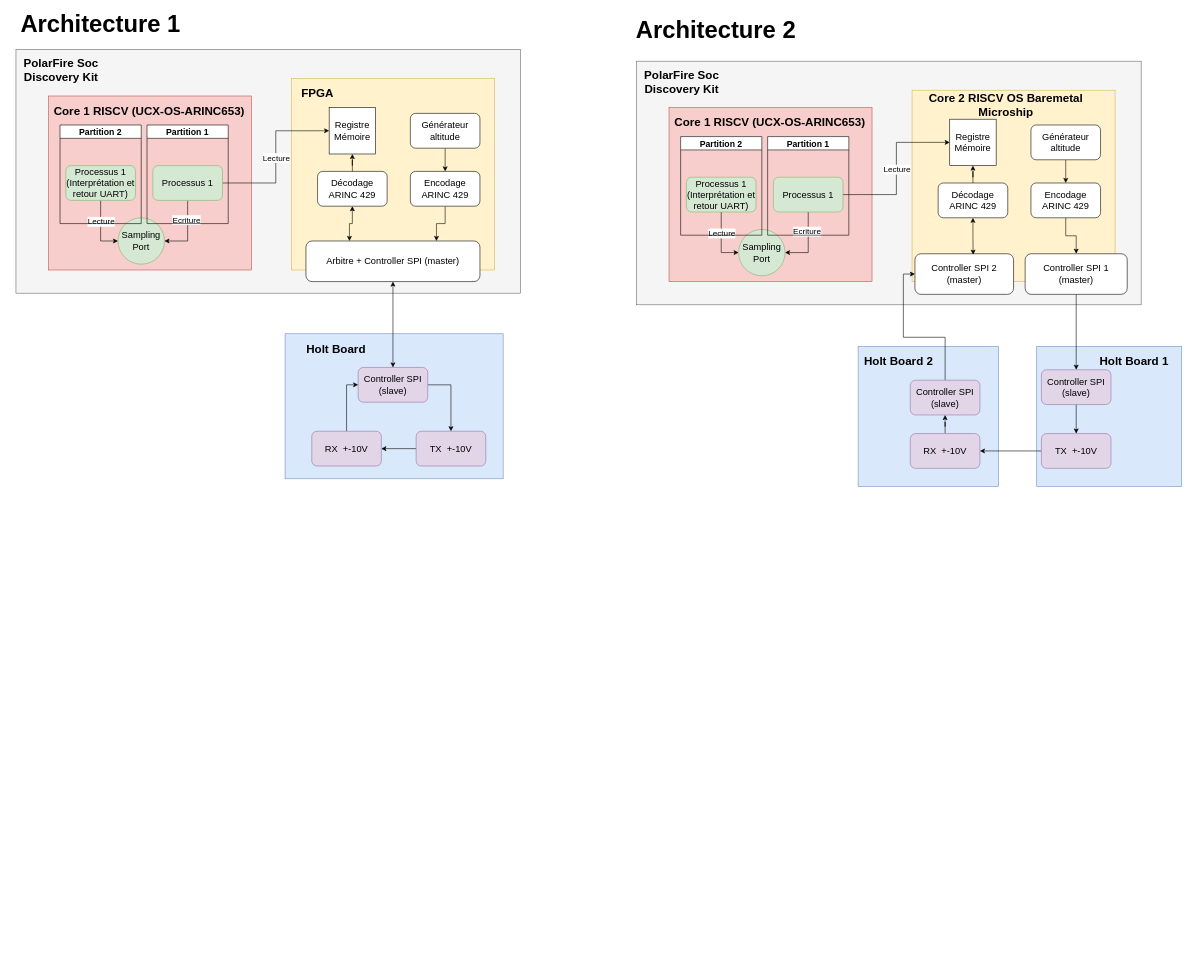
Above: schemes/archi_tb.drawio in bouleaulama30/ucx-os-ARINC653 (draw.io), before the change. Source tidied: cells renumbered, new cells numbered last; positions are measured from the earlier drawing's top-left corner, leaving out a move shared by most shapes. Both pictures are drawn from the tidied source at 58%, with x=0, y=0 at pixel (10, 15).
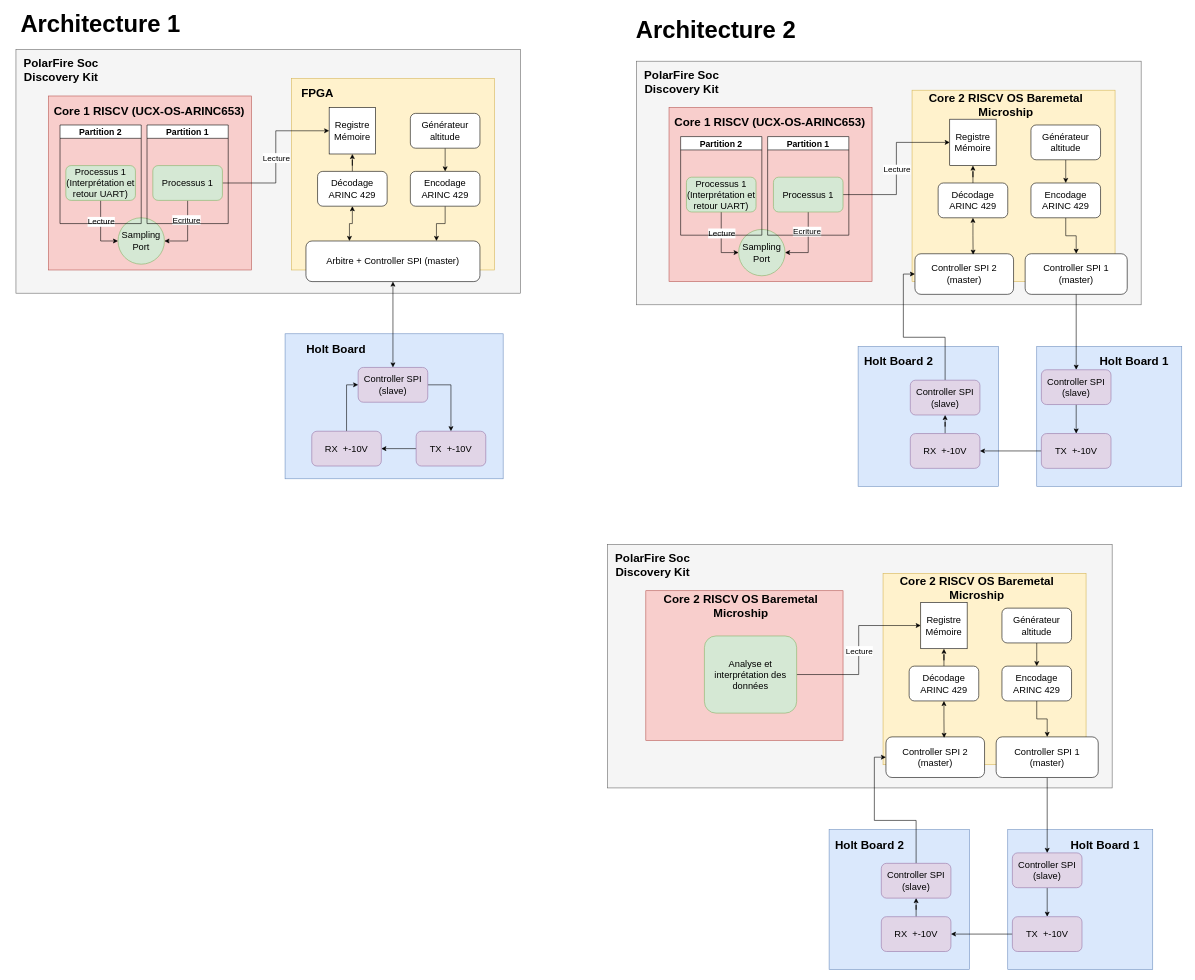
The same diagram, later.

The edit, as a diff of the source:
```diff
@@
+    <mxCell id="79" style="rounded=0;whiteSpace=wrap;html=1;fillColor=#dae8fc;strokeColor=#6c8ebf;" parent="1" vertex="1">
+      <mxGeometry x="1412" y="1404" width="242" height="241" as="geometry" />
+    </mxCell>
+    <mxCell id="80" style="rounded=0;whiteSpace=wrap;html=1;fillColor=#dae8fc;strokeColor=#6c8ebf;" parent="1" vertex="1">
+      <mxGeometry x="1720" y="1404" width="250" height="241" as="geometry" />
+    </mxCell>
+    <mxCell id="81" style="rounded=0;whiteSpace=wrap;html=1;fillColor=#f5f5f5;fontColor=#333333;strokeColor=#666666;" parent="1" vertex="1">
+      <mxGeometry x="1030" y="912" width="870" height="420" as="geometry" />
+    </mxCell>
+    <mxCell id="82" style="rounded=0;whiteSpace=wrap;html=1;fillColor=#fff2cc;strokeColor=#d6b656;" parent="1" vertex="1">
+      <mxGeometry x="1505" y="962" width="350" height="330" as="geometry" />
+    </mxCell>
+    <mxCell id="83" style="rounded=0;whiteSpace=wrap;html=1;fillColor=#f8cecc;strokeColor=#b85450;" parent="1" vertex="1">
+      <mxGeometry x="1096" y="992" width="340" height="258" as="geometry" />
+    </mxCell>
+    <mxCell id="84" style="edgeStyle=orthogonalEdgeStyle;rounded=0;jettySize=auto;html=1;entryX=0.5;entryY=0;entryDx=0;entryDy=0;" parent="1" edge="1" source="85" target="87">
+      <mxGeometry relative="1" as="geometry" />
+    </mxCell>
+    <mxCell id="85" value="&lt;div&gt;Générateur&lt;/div&gt;&lt;div&gt;altitude&lt;/div&gt;" style="rounded=1;whiteSpace=wrap;html=1;fontSize=16;" parent="1" vertex="1">
+      <mxGeometry x="1710" y="1022" width="120" height="60" as="geometry" />
+    </mxCell>
+    <mxCell id="86" style="edgeStyle=orthogonalEdgeStyle;rounded=0;jettySize=auto;html=1;entryX=0.5;entryY=0;entryDx=0;entryDy=0;" parent="1" edge="1" source="87" target="111">
+      <mxGeometry relative="1" as="geometry" />
+    </mxCell>
+    <mxCell id="87" value="&lt;div&gt;Encodage&lt;/div&gt;&lt;div&gt;ARINC 429&lt;/div&gt;" style="rounded=1;whiteSpace=wrap;html=1;align=center;fontSize=16;" parent="1" vertex="1">
+      <mxGeometry x="1710" y="1122" width="120" height="60" as="geometry" />
+    </mxCell>
+    <mxCell id="88" value="Controller SPI 2 (master)" style="rounded=1;whiteSpace=wrap;html=1;align=center;fontSize=16;" parent="1" vertex="1">
+      <mxGeometry x="1510" y="1244" width="170" height="70" as="geometry" />
+    </mxCell>
+    <mxCell id="89" style="edgeStyle=orthogonalEdgeStyle;rounded=0;jettySize=auto;html=1;entryX=0.5;entryY=0;entryDx=0;entryDy=0;" parent="1" edge="1" source="90" target="92">
+      <mxGeometry relative="1" as="geometry" />
+    </mxCell>
+    <mxCell id="90" value="Controller SPI (slave)" style="rounded=1;whiteSpace=wrap;html=1;align=center;fontSize=16;fillColor=#e1d5e7;strokeColor=#9673a6;" parent="1" vertex="1">
+      <mxGeometry x="1728" y="1444" width="120" height="60" as="geometry" />
+    </mxCell>
+    <mxCell id="91" style="edgeStyle=orthogonalEdgeStyle;rounded=0;jettySize=auto;html=1;entryX=1;entryY=0.5;entryDx=0;entryDy=0;" parent="1" edge="1" source="92" target="108">
+      <mxGeometry relative="1" as="geometry" />
+    </mxCell>
+    <mxCell id="92" value="TX&amp;nbsp; +-10V" style="rounded=1;whiteSpace=wrap;html=1;align=center;fontSize=16;fillColor=#e1d5e7;strokeColor=#9673a6;" parent="1" vertex="1">
+      <mxGeometry x="1728" y="1554" width="120" height="60" as="geometry" />
+    </mxCell>
+    <mxCell id="93" style="edgeStyle=orthogonalEdgeStyle;rounded=0;jettySize=auto;html=1;entryX=0;entryY=0.5;entryDx=0;entryDy=0;" parent="1" edge="1" source="95" target="97">
+      <mxGeometry relative="1" as="geometry" />
+    </mxCell>
+    <mxCell id="94" value="Lecture" style="edgeLabel;html=1;align=center;verticalAlign=middle;fontSize=14;" parent="93" vertex="1">
+      <mxGeometry relative="1" as="geometry">
+        <mxPoint y="1" as="offset" />
+      </mxGeometry>
+    </mxCell>
+    <mxCell id="95" value="Analyse et interprétation des données" style="rounded=1;whiteSpace=wrap;html=1;fontSize=16;fillColor=#d5e8d4;strokeColor=#82b366;" parent="1" vertex="1">
+      <mxGeometry x="1197" y="1070" width="159" height="133" as="geometry" />
+    </mxCell>
+    <mxCell id="96" style="edgeStyle=orthogonalEdgeStyle;rounded=0;orthogonalLoop=1;jettySize=auto;html=1;entryX=0;entryY=0.5;entryDx=0;entryDy=0;" parent="1" edge="1">
+      <mxGeometry relative="1" as="geometry">
+        <mxPoint x="1176" y="1172" as="sourcePoint" />
+      </mxGeometry>
+    </mxCell>
+    <mxCell id="97" value="&lt;div&gt;Registre&lt;/div&gt;&lt;div&gt;Mémoire&lt;/div&gt;" style="whiteSpace=wrap;html=1;fontSize=16;" parent="1" vertex="1">
+      <mxGeometry x="1570" y="1012" width="80" height="80" as="geometry" />
+    </mxCell>
+    <mxCell id="98" style="edgeStyle=orthogonalEdgeStyle;rounded=0;jettySize=auto;html=1;entryX=0.59;entryY=0.023;entryDx=0;entryDy=0;startArrow=classic;startFill=1;entryPerimeter=0;exitX=0.5;exitY=1;exitDx=0;exitDy=0;" parent="1" edge="1" source="100" target="88">
+      <mxGeometry relative="1" as="geometry" />
+    </mxCell>
+    <mxCell id="99" style="edgeStyle=orthogonalEdgeStyle;rounded=0;jettySize=auto;html=1;" parent="1" edge="1" source="100" target="97">
+      <mxGeometry relative="1" as="geometry" />
+    </mxCell>
+    <mxCell id="100" value="&lt;div&gt;Décodage&lt;/div&gt;&lt;div&gt;ARINC 429&lt;/div&gt;" style="rounded=1;whiteSpace=wrap;html=1;align=center;fontSize=16;" parent="1" vertex="1">
+      <mxGeometry x="1550" y="1122" width="120" height="60" as="geometry" />
+    </mxCell>
+    <mxCell id="101" value="Core 2 RISCV OS Baremetal Microship" style="text;html=1;whiteSpace=wrap;strokeColor=none;fillColor=none;align=center;verticalAlign=middle;rounded=0;fontStyle=1;fontSize=20;" parent="1" vertex="1">
+      <mxGeometry x="1520" y="972" width="294" height="30" as="geometry" />
+    </mxCell>
+    <mxCell id="102" value="Core 2 RISCV OS Baremetal Microship" style="text;html=1;whiteSpace=wrap;strokeColor=none;fillColor=none;align=center;verticalAlign=middle;rounded=0;fontStyle=1;fontSize=20;" parent="1" vertex="1">
+      <mxGeometry x="1090" y="1002" width="340" height="30" as="geometry" />
+    </mxCell>
+    <mxCell id="103" value="PolarFire Soc Discovery Kit" style="text;html=1;whiteSpace=wrap;strokeColor=none;fillColor=none;align=center;verticalAlign=middle;rounded=0;fontStyle=1;fontSize=20;" parent="1" vertex="1">
+      <mxGeometry x="1020" y="932" width="176" height="30" as="geometry" />
+    </mxCell>
+    <mxCell id="104" value="Holt Board 1" style="text;html=1;whiteSpace=wrap;strokeColor=none;fillColor=none;align=center;verticalAlign=middle;rounded=0;fontStyle=1;fontSize=20;" parent="1" vertex="1">
+      <mxGeometry x="1800" y="1414" width="176" height="30" as="geometry" />
+    </mxCell>
+    <mxCell id="105" style="edgeStyle=orthogonalEdgeStyle;rounded=0;jettySize=auto;html=1;entryX=0;entryY=0.5;entryDx=0;entryDy=0;" parent="1" edge="1" source="106" target="88">
+      <mxGeometry relative="1" as="geometry" />
+    </mxCell>
+    <mxCell id="106" value="Controller SPI (slave)" style="rounded=1;whiteSpace=wrap;html=1;align=center;fontSize=16;fillColor=#e1d5e7;strokeColor=#9673a6;" parent="1" vertex="1">
+      <mxGeometry x="1502" y="1462" width="120" height="60" as="geometry" />
+    </mxCell>
+    <mxCell id="107" style="edgeStyle=orthogonalEdgeStyle;rounded=0;jettySize=auto;html=1;entryX=0.5;entryY=1;entryDx=0;entryDy=0;" parent="1" edge="1" source="108" target="106">
+      <mxGeometry relative="1" as="geometry" />
+    </mxCell>
+    <mxCell id="108" value="RX&amp;nbsp; +-10V" style="rounded=1;whiteSpace=wrap;html=1;align=center;fontSize=16;fillColor=#e1d5e7;strokeColor=#9673a6;" parent="1" vertex="1">
+      <mxGeometry x="1502" y="1554" width="120" height="60" as="geometry" />
+    </mxCell>
+    <mxCell id="109" value="Holt Board 2" style="text;html=1;whiteSpace=wrap;strokeColor=none;fillColor=none;align=center;verticalAlign=middle;rounded=0;fontStyle=1;fontSize=20;" parent="1" vertex="1">
+      <mxGeometry x="1394" y="1414" width="176" height="30" as="geometry" />
+    </mxCell>
+    <mxCell id="110" style="edgeStyle=orthogonalEdgeStyle;rounded=0;jettySize=auto;html=1;" parent="1" edge="1" source="111" target="90">
+      <mxGeometry relative="1" as="geometry" />
+    </mxCell>
+    <mxCell id="111" value="Controller SPI 1 (master)" style="rounded=1;whiteSpace=wrap;html=1;align=center;fontSize=16;" parent="1" vertex="1">
+      <mxGeometry x="1700" y="1244" width="176" height="70" as="geometry" />
+    </mxCell>
```
